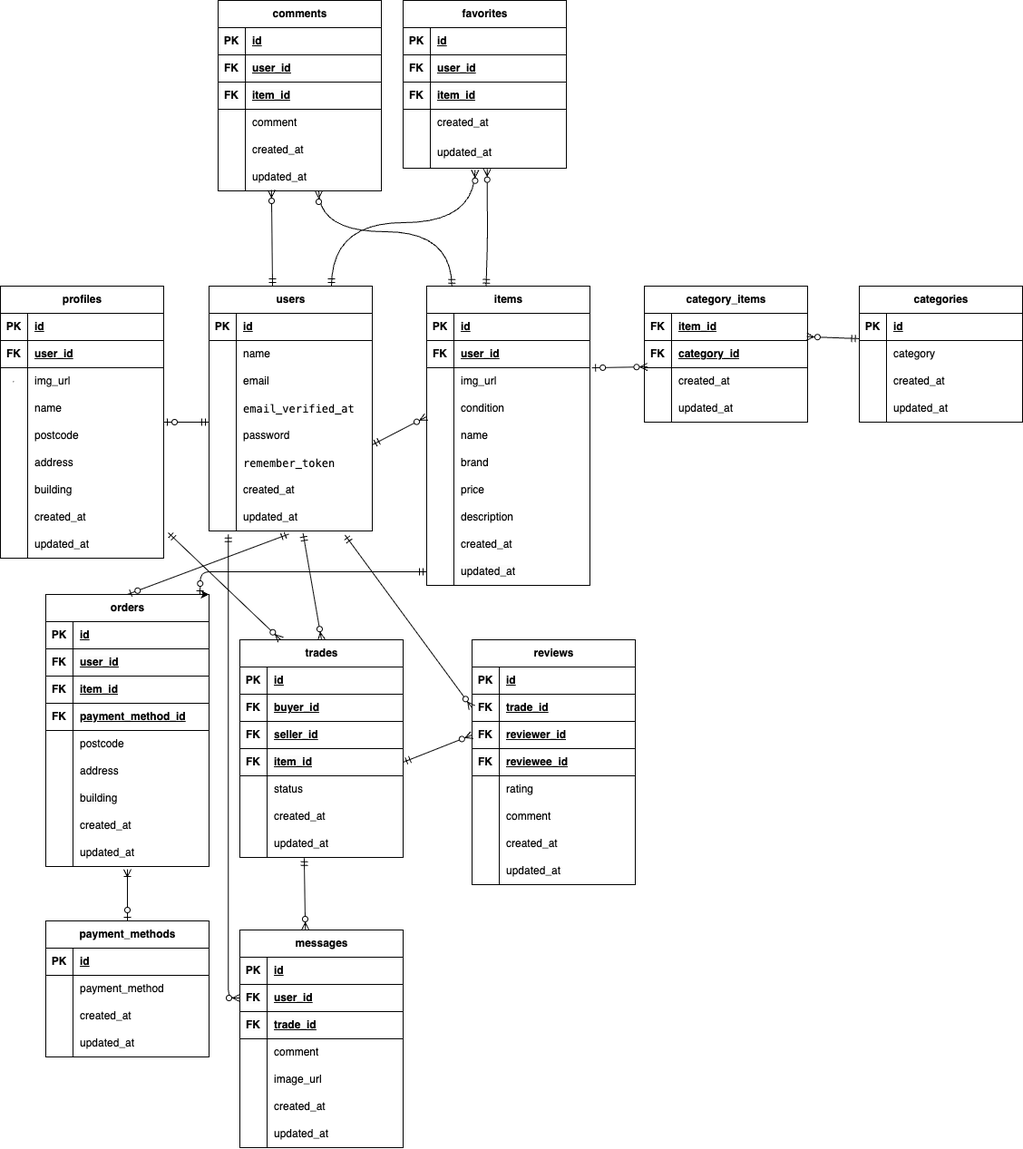
irokiyo/market-form keeps this draw.io diagram as market.drawio.png. Above is the earlier version. Source tidied: cells renumbered, new cells last; positions are measured from the earlier drawing's top-left corner, leaving out a move shared by most shapes.
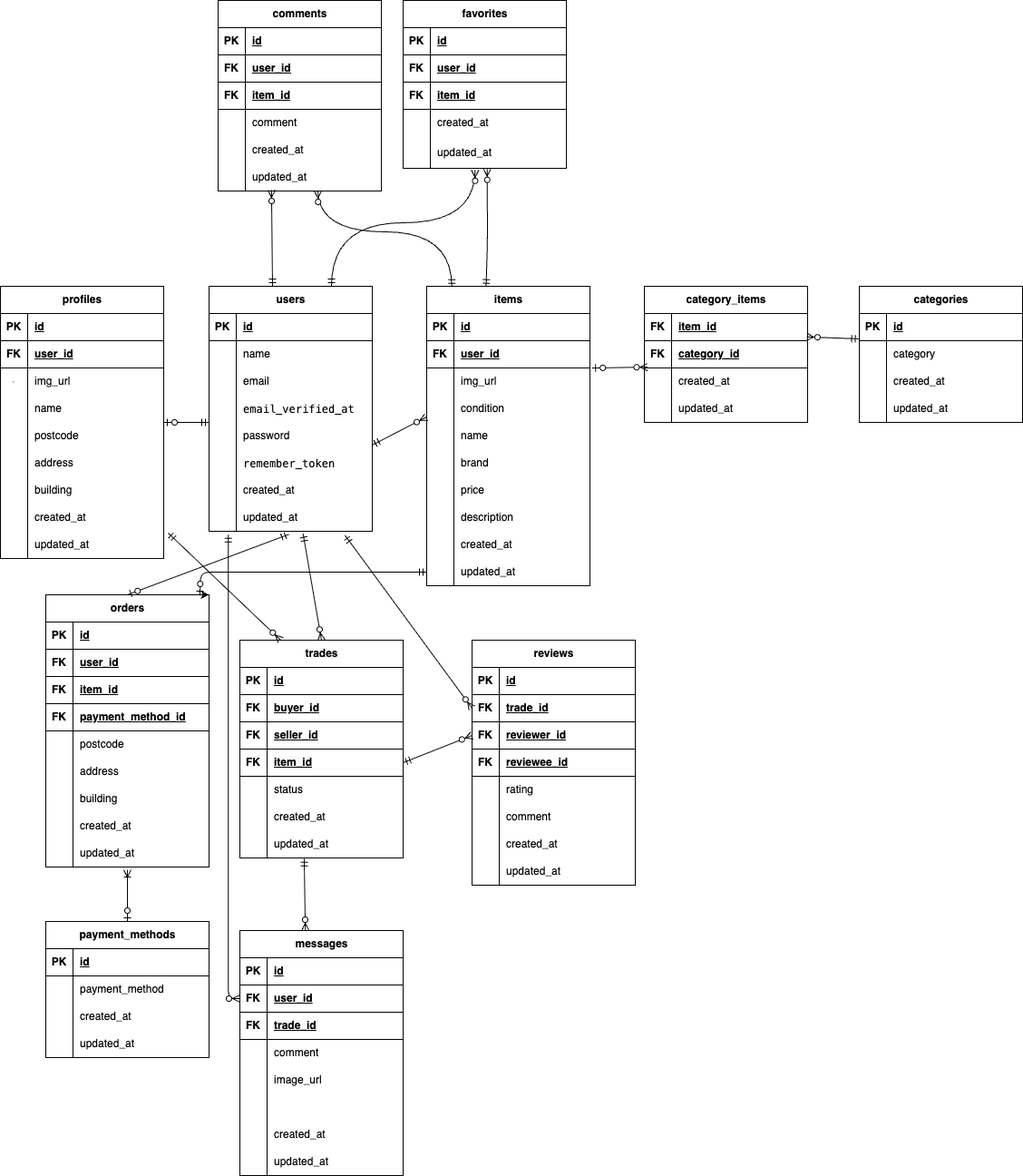
After the change.

Change to the diagram source:
```diff
@@ -760,7 +760,7 @@
       <mxGeometry x="30" width="150" height="30" as="geometry" />
     </mxCell>
     <mxCell id="246" value="messages" style="shape=table;startSize=30;rowLines=0;fontStyle=1;align=center;html=1;" parent="1" vertex="1">
-      <mxGeometry x="264" y="1025" width="180" height="240" as="geometry" />
+      <mxGeometry x="264" y="1025" width="180" height="270" as="geometry" />
     </mxCell>
     <mxCell id="247" style="shape=tableRow;horizontal=0;startSize=0;swimlaneHead=0;swimlaneBody=0;fillColor=none;top=0;left=0;right=0;bottom=1;" parent="246" vertex="1">
       <mxGeometry y="30" width="180" height="30" as="geometry" />
@@ -807,8 +807,17 @@
     <mxCell id="261" value="image_url" style="shape=partialRectangle;fillColor=none;top=0;left=0;bottom=0;right=0;align=left;spacingLeft=6;overflow=hidden;whiteSpace=wrap;html=1;" parent="259" vertex="1">
       <mxGeometry x="30" width="150" height="30" as="geometry" />
     </mxCell>
+    <mxCell id="275" style="shape=tableRow;horizontal=0;startSize=0;swimlaneHead=0;swimlaneBody=0;fillColor=none;top=0;left=0;right=0;bottom=0;" parent="246" vertex="1">
+      <mxGeometry y="180" width="180" height="30" as="geometry" />
+    </mxCell>
+    <mxCell id="276" style="shape=partialRectangle;fillColor=none;top=0;left=0;bottom=0;right=0;overflow=hidden;whiteSpace=wrap;html=1;" parent="275" vertex="1">
+      <mxGeometry width="30" height="30" as="geometry" />
+    </mxCell>
+    <mxCell id="277" style="shape=partialRectangle;fillColor=none;top=0;left=0;bottom=0;right=0;align=left;spacingLeft=6;overflow=hidden;whiteSpace=wrap;html=1;" parent="275" vertex="1">
+      <mxGeometry x="30" width="150" height="30" as="geometry" />
+    </mxCell>
     <mxCell id="262" style="shape=tableRow;horizontal=0;startSize=0;swimlaneHead=0;swimlaneBody=0;fillColor=none;top=0;left=0;right=0;bottom=0;" parent="246" vertex="1">
-      <mxGeometry y="180" width="180" height="30" as="geometry" />
+      <mxGeometry y="210" width="180" height="30" as="geometry" />
     </mxCell>
     <mxCell id="263" style="shape=partialRectangle;fillColor=none;top=0;left=0;bottom=0;right=0;overflow=hidden;whiteSpace=wrap;html=1;" parent="262" vertex="1">
       <mxGeometry width="30" height="30" as="geometry" />
@@ -817,7 +826,7 @@
       <mxGeometry x="30" width="150" height="30" as="geometry" />
     </mxCell>
     <mxCell id="265" style="shape=tableRow;horizontal=0;startSize=0;swimlaneHead=0;swimlaneBody=0;fillColor=none;top=0;left=0;right=0;bottom=0;" parent="246" vertex="1">
-      <mxGeometry y="210" width="180" height="30" as="geometry" />
+      <mxGeometry y="240" width="180" height="30" as="geometry" />
     </mxCell>
     <mxCell id="266" style="shape=partialRectangle;fillColor=none;top=0;left=0;bottom=0;right=0;overflow=hidden;whiteSpace=wrap;html=1;" parent="265" vertex="1">
       <mxGeometry width="30" height="30" as="geometry" />
```
